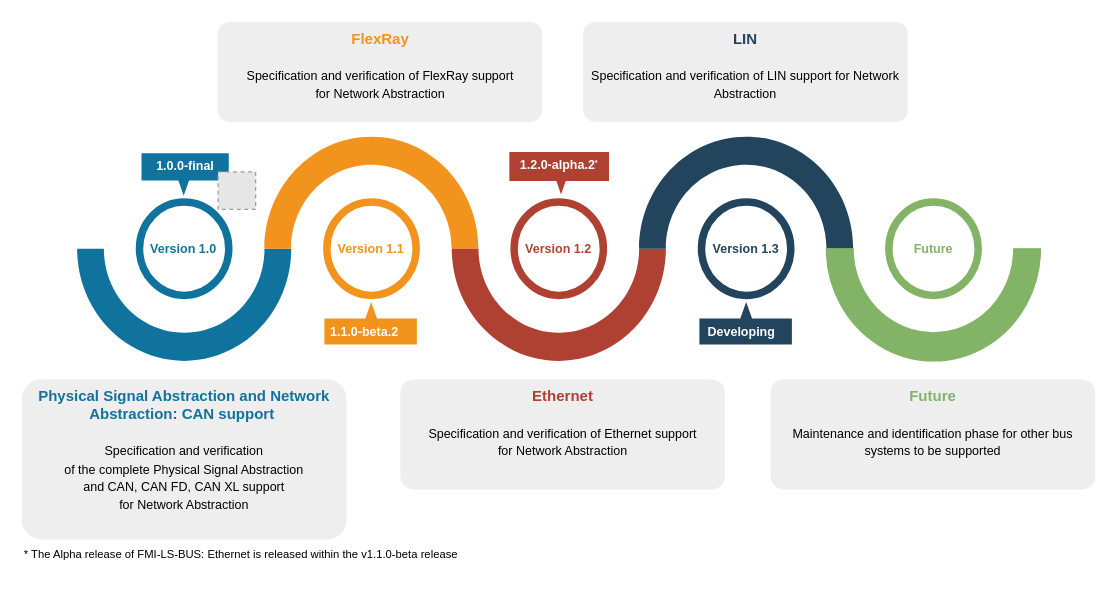
Above: roadmap.drawio in modelica/fmi-ls-bus (draw.io), before the change. Source tidied: cells renumbered, new cells numbered last; positions are measured from the earlier drawing's top-left corner, leaving out a move shared by most shapes. Both pictures are drawn from the tidied source at 125%, with x=0, y=0 at pixel (21, 21). Pictures stored in the file or linked from it are replaced by grey dashed boxes.
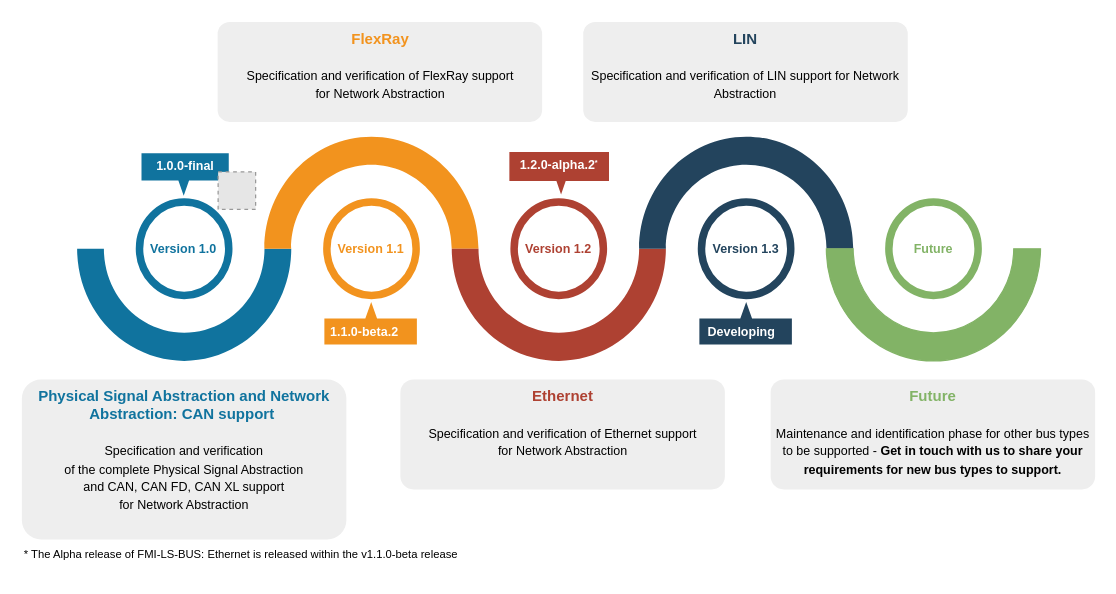
The same diagram, later.

Commit message (it also covers changes not shown here):
Contact information added to the roadmap for identifying new bus types

Diff of the diagram source:
```diff
@@
-    <mxCell id="14" value="&lt;b style=&quot;&quot;&gt;&lt;font color=&quot;#82b366&quot;&gt;Future&lt;/font&gt;&lt;/b&gt;&lt;br&gt;&lt;br&gt;&lt;font size=&quot;1&quot;&gt;Maintenance and identification phase for other bus systems to be supported&lt;/font&gt;" style="rounded=1;strokeColor=none;fillColor=#EEEEEE;align=center;arcSize=12;verticalAlign=top;whiteSpace=wrap;html=1;fontSize=12;" parent="1" vertex="1">
+    <mxCell id="14" value="&lt;b style=&quot;&quot;&gt;&lt;font color=&quot;#82b366&quot;&gt;Future&lt;/font&gt;&lt;/b&gt;&lt;br&gt;&lt;br&gt;&lt;font size=&quot;1&quot;&gt;Maintenance and identification phase for other bus types to be supported -&amp;nbsp;&lt;b&gt;Get in touch with us to share your requirements for new bus types to support.&lt;/b&gt;&lt;/font&gt;" style="rounded=1;strokeColor=none;fillColor=#EEEEEE;align=center;arcSize=12;verticalAlign=top;whiteSpace=wrap;html=1;fontSize=12;" parent="1" vertex="1">
       <mxGeometry x="599" y="286.1" width="259.6" height="87.9" as="geometry" />
     </mxCell>
```
